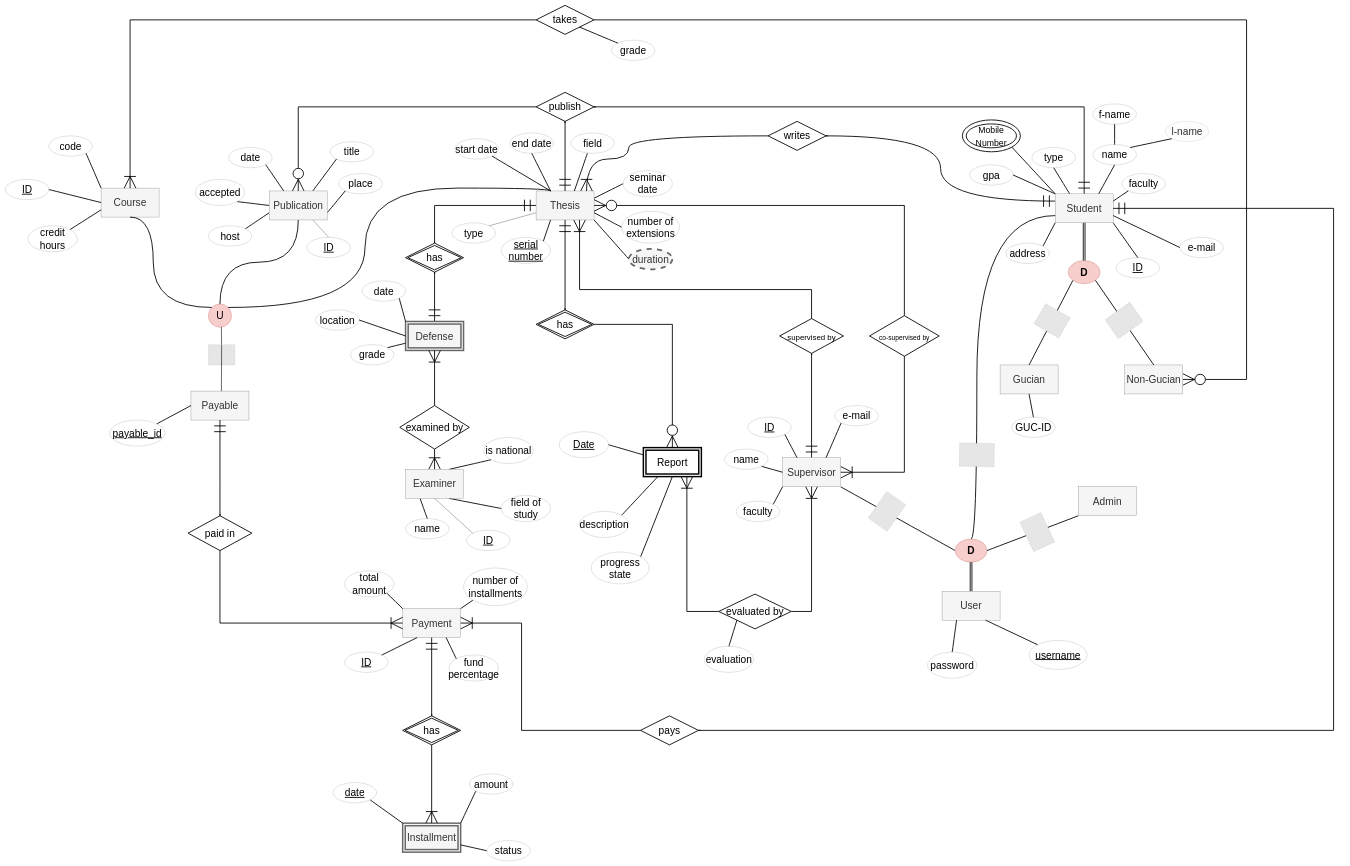
Before: db-design/diagram/final.drawio.xml in AhmedNasserG/postgraduate-database-system, a draw.io diagram. Source tidied: cells renumbered, new cells numbered last; positions are measured from the earlier drawing's top-left corner, leaving out a move shared by most shapes. Both pictures are drawn from the tidied source at 29%, with x=0, y=0 at pixel (5, 5). Pictures stored in the file or linked from it are replaced by grey dashed boxes.
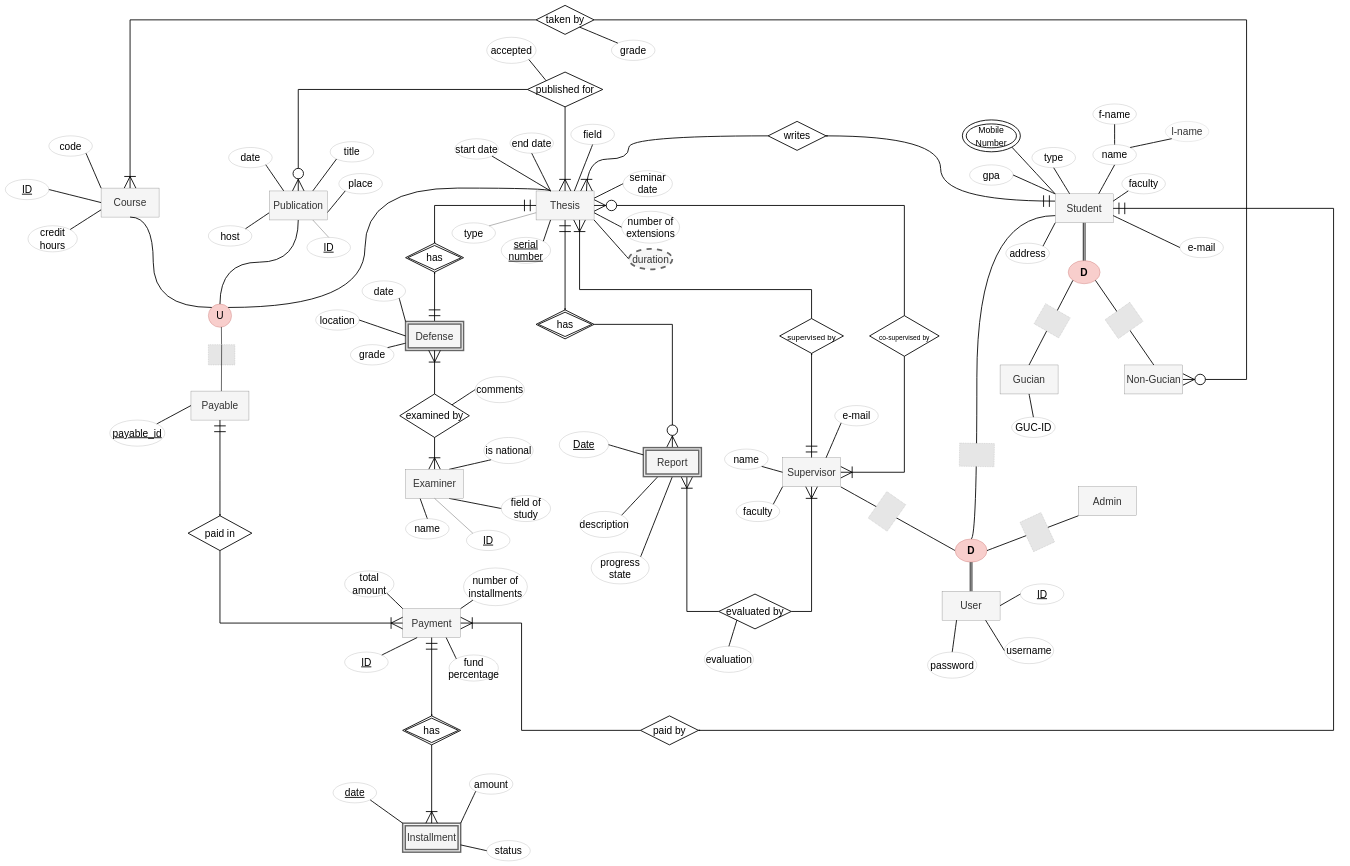
The same page after the edit.

Commit message:
Add attributes to the diagram

added comments attribute to the examinedBy relation and modified the
ternary relation between the student, publication, and thesis

The change refers to these unchanged cells:
```xml
<mxCell id="5" value="&lt;font style=&quot;font-size: 35px&quot;&gt;Thesis&lt;/font&gt;" style="whiteSpace=wrap;html=1;align=center;fillColor=#f5f5f5;fontColor=#333333;strokeColor=#666666;" parent="1" vertex="1">
  <mxGeometry x="1830" y="640" width="200" height="100" as="geometry" />
</mxCell>
<mxCell id="76" value="&lt;font style=&quot;font-size: 35px&quot;&gt;Publication&lt;/font&gt;" style="whiteSpace=wrap;html=1;align=center;fillColor=#f5f5f5;fontColor=#333333;strokeColor=#666666;" parent="1" vertex="1">
  <mxGeometry x="910" y="640" width="200" height="100" as="geometry" />
</mxCell>
<mxCell id="96" value="&lt;font style=&quot;font-size: 35px&quot;&gt;Student&lt;/font&gt;" style="whiteSpace=wrap;html=1;align=center;fillColor=#f5f5f5;strokeColor=#666666;fontColor=#333333;" parent="1" vertex="1">
  <mxGeometry x="3620" y="650" width="200" height="100" as="geometry" />
</mxCell>
<mxCell id="127" value="&lt;font style=&quot;font-size: 35px&quot;&gt;User&lt;/font&gt;" style="whiteSpace=wrap;html=1;align=center;fillColor=#f5f5f5;fontColor=#333333;strokeColor=#666666;" parent="1" vertex="1">
  <mxGeometry x="3230" y="2020" width="200" height="100" as="geometry" />
</mxCell>
<mxCell id="147" value="&lt;font style=&quot;font-size: 35px&quot;&gt;Supervisor&lt;/font&gt;" style="whiteSpace=wrap;html=1;align=center;fillColor=#f5f5f5;fontColor=#333333;strokeColor=#666666;" parent="1" vertex="1">
  <mxGeometry x="2680" y="1560" width="200" height="100" as="geometry" />
</mxCell>
```

Diff of the diagram source:
```diff
@@
-    <mxCell id="8" value="pays" style="shape=rhombus;perimeter=rhombusPerimeter;whiteSpace=wrap;html=1;align=center;fontSize=35;strokeWidth=3;" parent="1" vertex="1">
+    <mxCell id="8" value="paid by" style="shape=rhombus;perimeter=rhombusPerimeter;whiteSpace=wrap;html=1;align=center;fontSize=35;strokeWidth=3;" parent="1" vertex="1">
       <mxGeometry x="2190" y="2450" width="200" height="100" as="geometry" />
     </mxCell>
-    <mxCell id="9" value="takes" style="shape=rhombus;perimeter=rhombusPerimeter;whiteSpace=wrap;html=1;align=center;fontSize=35;strokeWidth=3;" parent="1" vertex="1">
+    <mxCell id="9" value="taken by" style="shape=rhombus;perimeter=rhombusPerimeter;whiteSpace=wrap;html=1;align=center;fontSize=35;strokeWidth=3;" parent="1" vertex="1">
       <mxGeometry x="1830" width="200" height="100" as="geometry" />
     </mxCell>
@@
     <mxCell id="32" value="accepted" style="ellipse;whiteSpace=wrap;html=1;align=center;fontSize=35;strokeWidth=2;opacity=20;" parent="1" vertex="1">
-      <mxGeometry x="655" y="600" width="170" height="90" as="geometry" />
+      <mxGeometry x="1660" y="110" width="170" height="90" as="geometry" />
     </mxCell>
@@
-    <mxCell id="39" style="endArrow=none;html=1;shadow=0;labelBackgroundColor=default;labelBorderColor=none;sketch=0;fontSize=35;startSize=0;endSize=13;targetPerimeterSpacing=13;strokeColor=#000000;strokeWidth=3;verticalAlign=top;curved=1;exitX=1;exitY=1;exitDx=0;exitDy=0;entryX=0;entryY=0.5;entryDx=0;entryDy=0;" parent="1" edge="1" source="32" target="76">
-      <mxGeometry relative="1" as="geometry" />
-    </mxCell>
@@
     <mxCell id="42" value="field" style="ellipse;whiteSpace=wrap;html=1;align=center;fontSize=35;strokeWidth=2;opacity=20;" parent="1" vertex="1">
-      <mxGeometry x="1950" y="440" width="150" height="70" as="geometry" />
+      <mxGeometry x="1950" y="410" width="150" height="70" as="geometry" />
     </mxCell>
@@
-    <mxCell id="51" style="endArrow=none;html=1;shadow=0;labelBackgroundColor=default;labelBorderColor=none;sketch=0;fontSize=35;startSize=0;endSize=13;targetPerimeterSpacing=13;strokeColor=#000000;strokeWidth=3;verticalAlign=top;curved=1;exitX=0.5;exitY=1;exitDx=0;exitDy=0;entryX=0.75;entryY=0;entryDx=0;entryDy=0;" parent="1" edge="1">
+    <mxCell id="51" style="endArrow=none;html=1;shadow=0;labelBackgroundColor=default;labelBorderColor=none;sketch=0;fontSize=35;startSize=0;endSize=13;targetPerimeterSpacing=13;strokeColor=#000000;strokeWidth=3;verticalAlign=top;curved=1;exitX=0.5;exitY=1;exitDx=0;exitDy=0;entryX=0.75;entryY=0;entryDx=0;entryDy=0;" parent="1" edge="1" source="42">
       <mxGeometry relative="1" as="geometry">
-        <mxPoint x="2007" y="510" as="sourcePoint" />
         <mxPoint x="1962" y="640" as="targetPoint" />
       </mxGeometry>
     </mxCell>
@@
-    <mxCell id="77" value="publish" style="shape=rhombus;perimeter=rhombusPerimeter;whiteSpace=wrap;html=1;align=center;fontSize=35;strokeWidth=3;" parent="1" vertex="1">
-      <mxGeometry x="1830" y="300" width="200" height="100" as="geometry" />
+    <mxCell id="77" value="published for" style="shape=rhombus;perimeter=rhombusPerimeter;whiteSpace=wrap;html=1;align=center;fontSize=35;strokeWidth=3;" parent="1" vertex="1">
+      <mxGeometry x="1800" y="230" width="260" height="120" as="geometry" />
     </mxCell>
@@
-    <mxCell id="79" style="fontSize=12;html=1;endArrow=ERmandOne;startArrow=ERmandOne;rounded=0;shadow=0;labelBackgroundColor=default;labelBorderColor=none;sketch=0;startSize=0;endSize=36;targetPerimeterSpacing=0;strokeColor=#000000;strokeWidth=3;verticalAlign=top;exitX=0.5;exitY=1;exitDx=0;exitDy=0;entryX=0.5;entryY=0;entryDx=0;entryDy=0;" parent="1" edge="1" source="77" target="5">
-      <mxGeometry relative="1" as="geometry" />
-    </mxCell>
@@
-    <mxCell id="82" style="fontSize=12;html=1;endArrow=ERmandOne;startArrow=ERmandOne;rounded=0;shadow=0;labelBackgroundColor=default;labelBorderColor=none;sketch=0;startSize=0;endSize=36;strokeColor=#000000;strokeWidth=3;verticalAlign=top;entryX=0.5;entryY=0;entryDx=0;entryDy=0;exitX=1;exitY=0.5;exitDx=0;exitDy=0;sourcePerimeterSpacing=0;edgeStyle=orthogonalEdgeStyle;" parent="1" edge="1" source="77" target="96">
-      <mxGeometry relative="1" as="geometry" />
-    </mxCell>
@@
     <mxCell id="103" value="ID" style="ellipse;whiteSpace=wrap;html=1;align=center;fontStyle=4;fontSize=35;strokeWidth=2;opacity=20;" parent="1" vertex="1">
-      <mxGeometry x="3830" y="870" width="150" height="70" as="geometry" />
+      <mxGeometry x="3500" y="1995" width="150" height="70" as="geometry" />
     </mxCell>
@@
-    <mxCell id="114" style="endArrow=none;html=1;shadow=0;labelBackgroundColor=default;labelBorderColor=none;sketch=0;fontSize=35;startSize=0;endSize=13;targetPerimeterSpacing=13;strokeColor=#000000;strokeWidth=3;verticalAlign=top;curved=1;entryX=0.5;entryY=0;entryDx=0;entryDy=0;exitX=1;exitY=1;exitDx=0;exitDy=0;" parent="1" edge="1" source="96" target="103">
-      <mxGeometry x="1070" y="-560" as="geometry" />
-    </mxCell>
@@
-    <mxCell id="129" value="username" style="ellipse;whiteSpace=wrap;html=1;align=center;fontStyle=4;fontSize=35;strokeWidth=2;opacity=20;fillColor=default;strokeColor=default;fontColor=default;" parent="1" vertex="1">
-      <mxGeometry x="3530" y="2190" width="200" height="100" as="geometry" />
-    </mxCell>
@@
-    <mxCell id="131" style="endArrow=none;html=1;shadow=0;labelBackgroundColor=default;labelBorderColor=none;sketch=0;fontSize=35;startSize=0;endSize=13;targetPerimeterSpacing=13;strokeColor=#000000;strokeWidth=3;verticalAlign=top;curved=1;exitX=0.75;exitY=1;exitDx=0;exitDy=0;entryX=0;entryY=0;entryDx=0;entryDy=0;fontColor=default;" parent="1" edge="1" source="127" target="129">
+    <mxCell id="131" style="endArrow=none;html=1;shadow=0;labelBackgroundColor=default;labelBorderColor=none;sketch=0;fontSize=35;startSize=0;endSize=13;targetPerimeterSpacing=13;strokeColor=#000000;strokeWidth=3;verticalAlign=top;curved=1;exitX=0.75;exitY=1;exitDx=0;exitDy=0;entryX=0;entryY=0.5;entryDx=0;entryDy=0;fontColor=default;" parent="1" edge="1" source="127" target="129">
       <mxGeometry relative="1" as="geometry" />
     </mxCell>
@@
     <mxCell id="145" value="examined by" style="shape=rhombus;perimeter=rhombusPerimeter;whiteSpace=wrap;html=1;align=center;fontSize=35;strokeWidth=3;flipV=0;flipH=1;direction=west;" parent="1" vertex="1">
-      <mxGeometry x="1360" y="1380" width="240" height="150" as="geometry" />
+      <mxGeometry x="1360" y="1340" width="240" height="150" as="geometry" />
     </mxCell>
@@
-    <mxCell id="148" value="ID" style="ellipse;whiteSpace=wrap;html=1;align=center;fontStyle=4;fontSize=35;strokeWidth=2;opacity=20;" parent="1" vertex="1">
-      <mxGeometry x="2560" y="1420" width="150" height="70" as="geometry" />
-    </mxCell>
@@
-    <mxCell id="152" style="endArrow=none;html=1;shadow=0;labelBackgroundColor=default;labelBorderColor=none;sketch=0;fontSize=35;startSize=0;endSize=13;targetPerimeterSpacing=13;strokeColor=#000000;strokeWidth=3;verticalAlign=top;curved=1;exitX=1;exitY=1;exitDx=0;exitDy=0;entryX=0.25;entryY=0;entryDx=0;entryDy=0;" parent="1" edge="1" source="148" target="147">
-      <mxGeometry x="170" y="520" as="geometry" />
-    </mxCell>
@@
-    <mxCell id="176" value="&lt;font style=&quot;font-size: 35px&quot;&gt;Report&lt;/font&gt;" style="shape=ext;margin=3;double=1;whiteSpace=wrap;html=1;align=center;fillColor=default;fontColor=default;strokeColor=default;strokeWidth=5;" parent="1" vertex="1">
+    <mxCell id="176" value="&lt;font style=&quot;font-size: 35px&quot;&gt;Report&lt;/font&gt;" style="shape=ext;margin=3;double=1;whiteSpace=wrap;html=1;align=center;fillColor=#f5f5f5;fontColor=#333333;strokeColor=#666666;strokeWidth=5;" parent="1" vertex="1">
       <mxGeometry x="2200" y="1525" width="200" height="100" as="geometry" />
     </mxCell>
@@
+    <mxCell id="185" value="comments" style="ellipse;whiteSpace=wrap;html=1;align=center;fontSize=35;strokeWidth=2;opacity=20;fillColor=default;strokeColor=default;fontColor=default;" parent="1" vertex="1">
+      <mxGeometry x="1620" y="1280" width="170" height="90" as="geometry" />
+    </mxCell>
+    <mxCell id="186" style="endArrow=none;html=1;shadow=0;labelBackgroundColor=default;labelBorderColor=none;sketch=0;fontSize=35;startSize=0;endSize=13;targetPerimeterSpacing=13;strokeColor=default;strokeWidth=3;verticalAlign=top;curved=1;exitX=0;exitY=0.5;exitDx=0;exitDy=0;entryX=0;entryY=1;entryDx=0;entryDy=0;fillColor=default;fontColor=default;" parent="1" edge="1" source="185" target="145">
+      <mxGeometry x="-890" y="461.6" as="geometry" />
+    </mxCell>
+    <mxCell id="187" style="endArrow=none;html=1;shadow=0;labelBackgroundColor=default;labelBorderColor=none;sketch=0;fontSize=35;startSize=0;endSize=13;targetPerimeterSpacing=13;strokeColor=#000000;strokeWidth=3;verticalAlign=top;curved=1;entryX=1;entryY=1;entryDx=0;entryDy=0;exitX=0;exitY=0;exitDx=0;exitDy=0;" parent="1" edge="1" source="77" target="32">
+      <mxGeometry relative="1" as="geometry" />
+    </mxCell>
+    <mxCell id="129" value="username" style="ellipse;whiteSpace=wrap;html=1;align=center;fontSize=35;strokeWidth=2;opacity=20;fillColor=default;strokeColor=default;fontColor=default;" parent="1" vertex="1">
+      <mxGeometry x="3445" y="2180" width="170" height="90" as="geometry" />
+    </mxCell>
+    <mxCell id="188" style="endArrow=none;html=1;shadow=0;labelBackgroundColor=default;labelBorderColor=none;sketch=0;fontSize=35;startSize=0;endSize=13;targetPerimeterSpacing=13;strokeColor=#000000;strokeWidth=3;verticalAlign=top;curved=1;exitX=0;exitY=0.5;exitDx=0;exitDy=0;entryX=1;entryY=0.5;entryDx=0;entryDy=0;fontColor=default;" parent="1" edge="1" source="103" target="127">
+      <mxGeometry relative="1" as="geometry" />
+    </mxCell>
+    <mxCell id="79" style="edgeStyle=orthogonalEdgeStyle;fontSize=12;html=1;endArrow=ERoneToMany;rounded=0;shadow=0;labelBackgroundColor=default;labelBorderColor=none;sketch=0;startSize=0;endSize=36;strokeColor=#000000;strokeWidth=3;verticalAlign=top;sourcePerimeterSpacing=0;entryX=0.5;entryY=0;entryDx=0;entryDy=0;exitX=0.5;exitY=1;exitDx=0;exitDy=0;" parent="1" edge="1" source="77" target="5">
+      <mxGeometry relative="1" as="geometry" />
+    </mxCell>
```
